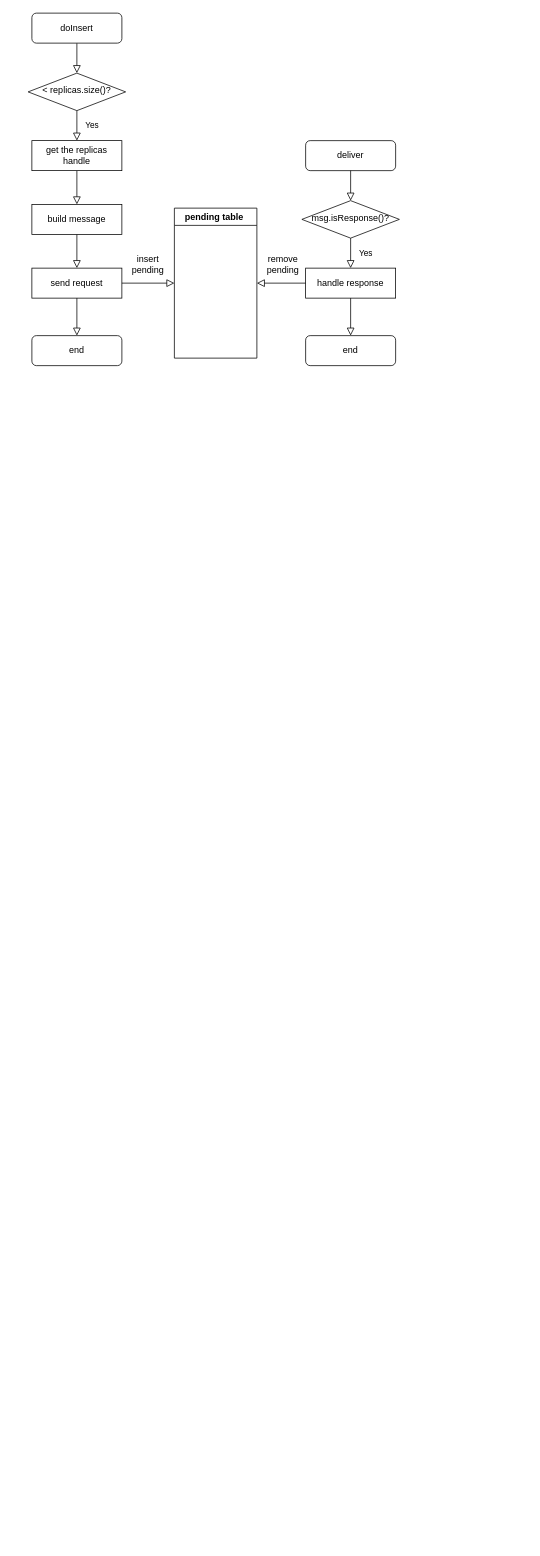
Earlier version of the draw.io diagram PastImpl.drawio (OneOverThree/PastryTest). Source tidied: cells renumbered, new cells numbered last; positions are measured from the earlier drawing's top-left corner, leaving out a move shared by most shapes. Both pictures are drawn from the tidied source at 75%, with x=0, y=0 at pixel (28, 13).
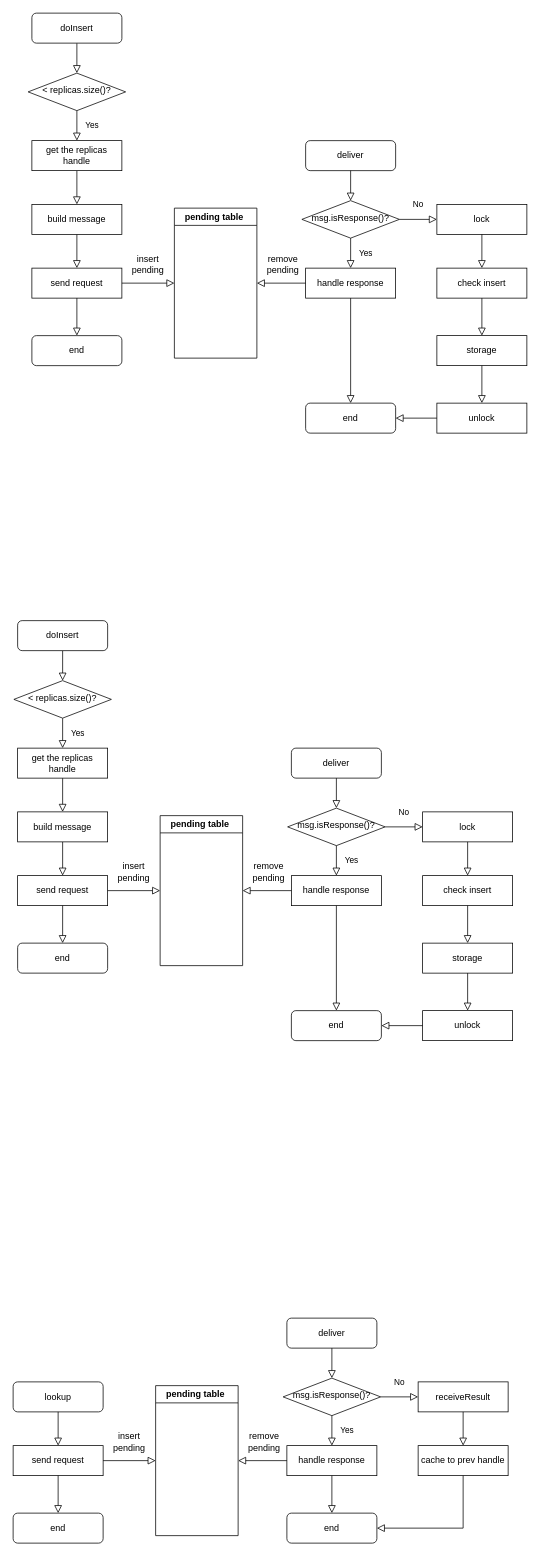
The same page after the edit.

Unchanged cells that the change refers to:
```xml
<mxCell id="19" value="msg.isResponse()?" style="rhombus;whiteSpace=wrap;html=1;shadow=0;fontFamily=Helvetica;fontSize=12;align=center;strokeWidth=1;spacing=6;spacingTop=-4;" parent="1" vertex="1">
  <mxGeometry x="365" y="250" width="130" height="50" as="geometry" />
</mxCell>
```

Diff of the diagram source:
```diff
@@
     <mxCell id="23" value="end" style="rounded=1;whiteSpace=wrap;html=1;fontSize=12;glass=0;strokeWidth=1;shadow=0;" parent="1" vertex="1">
-      <mxGeometry x="370" y="430" width="120" height="40" as="geometry" />
+      <mxGeometry x="370" y="520" width="120" height="40" as="geometry" />
     </mxCell>
@@
+    <mxCell id="25" value="check insert" style="rounded=0;whiteSpace=wrap;html=1;" parent="1" vertex="1">
+      <mxGeometry x="545" y="340" width="120" height="40" as="geometry" />
+    </mxCell>
+    <mxCell id="26" value="lock" style="rounded=0;whiteSpace=wrap;html=1;" parent="1" vertex="1">
+      <mxGeometry x="545" y="255" width="120" height="40" as="geometry" />
+    </mxCell>
+    <mxCell id="27" value="No" style="rounded=0;html=1;jettySize=auto;fontSize=11;endArrow=block;endFill=0;endSize=8;strokeWidth=1;shadow=0;labelBackgroundColor=none;edgeStyle=orthogonalEdgeStyle;exitX=1;exitY=0.5;exitDx=0;exitDy=0;" parent="1" edge="1" source="19" target="26">
+      <mxGeometry y="20" relative="1" as="geometry" />
+    </mxCell>
+    <mxCell id="28" value="storage" style="rounded=0;whiteSpace=wrap;html=1;" parent="1" vertex="1">
+      <mxGeometry x="545" y="430" width="120" height="40" as="geometry" />
+    </mxCell>
+    <mxCell id="29" style="rounded=0;html=1;jettySize=auto;fontSize=11;endArrow=block;endFill=0;endSize=8;strokeWidth=1;shadow=0;labelBackgroundColor=none;edgeStyle=orthogonalEdgeStyle;exitX=0.5;exitY=1;exitDx=0;exitDy=0;entryX=0.5;entryY=0;entryDx=0;entryDy=0;" parent="1" edge="1" source="26" target="25">
+      <mxGeometry y="20" relative="1" as="geometry" />
+    </mxCell>
+    <mxCell id="30" style="rounded=0;html=1;jettySize=auto;fontSize=11;endArrow=block;endFill=0;endSize=8;strokeWidth=1;shadow=0;labelBackgroundColor=none;edgeStyle=orthogonalEdgeStyle;exitX=0.5;exitY=1;exitDx=0;exitDy=0;" parent="1" edge="1" source="25" target="28">
+      <mxGeometry y="20" relative="1" as="geometry" />
+    </mxCell>
+    <mxCell id="31" style="rounded=0;html=1;jettySize=auto;fontSize=11;endArrow=block;endFill=0;endSize=8;strokeWidth=1;shadow=0;labelBackgroundColor=none;edgeStyle=orthogonalEdgeStyle;exitX=0.5;exitY=1;exitDx=0;exitDy=0;entryX=0.5;entryY=0;entryDx=0;entryDy=0;" parent="1" edge="1" source="28" target="32">
+      <mxGeometry y="20" relative="1" as="geometry" />
+    </mxCell>
+    <mxCell id="32" value="unlock" style="rounded=0;whiteSpace=wrap;html=1;" parent="1" vertex="1">
+      <mxGeometry x="545" y="520" width="120" height="40" as="geometry" />
+    </mxCell>
+    <mxCell id="33" style="rounded=0;html=1;jettySize=auto;fontSize=11;endArrow=block;endFill=0;endSize=8;strokeWidth=1;shadow=0;labelBackgroundColor=none;edgeStyle=orthogonalEdgeStyle;exitX=0;exitY=0.5;exitDx=0;exitDy=0;" parent="1" edge="1" source="32" target="23">
+      <mxGeometry y="20" relative="1" as="geometry" />
+    </mxCell>
+    <mxCell id="34" style="rounded=0;html=1;jettySize=auto;fontSize=11;endArrow=block;endFill=0;endSize=8;strokeWidth=1;shadow=0;labelBackgroundColor=none;edgeStyle=orthogonalEdgeStyle;" parent="1" edge="1" source="35" target="37">
+      <mxGeometry relative="1" as="geometry" />
+    </mxCell>
+    <mxCell id="35" value="doInsert" style="rounded=1;whiteSpace=wrap;html=1;fontSize=12;glass=0;strokeWidth=1;shadow=0;" parent="1" vertex="1">
+      <mxGeometry x="-14" y="810" width="120" height="40" as="geometry" />
+    </mxCell>
+    <mxCell id="36" value="Yes" style="rounded=0;html=1;jettySize=auto;fontSize=11;endArrow=block;endFill=0;endSize=8;strokeWidth=1;shadow=0;labelBackgroundColor=none;edgeStyle=orthogonalEdgeStyle;" parent="1" edge="1" source="37" target="41">
+      <mxGeometry y="20" relative="1" as="geometry" />
+    </mxCell>
+    <mxCell id="37" value="&amp;lt; replicas.size()?" style="rhombus;whiteSpace=wrap;html=1;shadow=0;fontFamily=Helvetica;fontSize=12;align=center;strokeWidth=1;spacing=6;spacingTop=-4;" parent="1" vertex="1">
+      <mxGeometry x="-19" y="890" width="130" height="50" as="geometry" />
+    </mxCell>
+    <mxCell id="38" style="rounded=0;html=1;jettySize=auto;fontSize=11;endArrow=block;endFill=0;endSize=8;strokeWidth=1;shadow=0;labelBackgroundColor=none;edgeStyle=orthogonalEdgeStyle;" parent="1" edge="1" source="41" target="42">
+      <mxGeometry y="20" relative="1" as="geometry" />
+    </mxCell>
+    <mxCell id="39" style="rounded=0;html=1;jettySize=auto;fontSize=11;endArrow=block;endFill=0;endSize=8;strokeWidth=1;shadow=0;labelBackgroundColor=none;edgeStyle=orthogonalEdgeStyle;" parent="1" edge="1" source="42" target="43">
+      <mxGeometry y="20" relative="1" as="geometry" />
+    </mxCell>
+    <mxCell id="40" value="end" style="rounded=1;whiteSpace=wrap;html=1;fontSize=12;glass=0;strokeWidth=1;shadow=0;" parent="1" vertex="1">
+      <mxGeometry x="-14" y="1240" width="120" height="40" as="geometry" />
+    </mxCell>
+    <mxCell id="41" value="get the replicas handle" style="rounded=0;whiteSpace=wrap;html=1;" parent="1" vertex="1">
+      <mxGeometry x="-14" y="980" width="120" height="40" as="geometry" />
+    </mxCell>
+    <mxCell id="42" value="build message" style="rounded=0;whiteSpace=wrap;html=1;" parent="1" vertex="1">
+      <mxGeometry x="-14" y="1065" width="120" height="40" as="geometry" />
+    </mxCell>
+    <mxCell id="43" value="send request" style="rounded=0;whiteSpace=wrap;html=1;" parent="1" vertex="1">
+      <mxGeometry x="-14" y="1150" width="120" height="40" as="geometry" />
+    </mxCell>
+    <mxCell id="44" style="rounded=0;html=1;jettySize=auto;fontSize=11;endArrow=block;endFill=0;endSize=8;strokeWidth=1;shadow=0;labelBackgroundColor=none;edgeStyle=orthogonalEdgeStyle;" parent="1" edge="1" source="43" target="40">
+      <mxGeometry y="20" relative="1" as="geometry" />
+    </mxCell>
+    <mxCell id="45" value="pending table&amp;nbsp;" style="swimlane;whiteSpace=wrap;html=1;" parent="1" vertex="1">
+      <mxGeometry x="176" y="1070" width="110" height="200" as="geometry" />
+    </mxCell>
+    <mxCell id="46" style="rounded=0;html=1;jettySize=auto;fontSize=11;endArrow=block;endFill=0;endSize=8;strokeWidth=1;shadow=0;labelBackgroundColor=none;edgeStyle=orthogonalEdgeStyle;exitX=1;exitY=0.5;exitDx=0;exitDy=0;" parent="1" edge="1" source="43" target="45">
+      <mxGeometry y="20" relative="1" as="geometry" />
+    </mxCell>
+    <mxCell id="47" value="insert pending" style="text;html=1;strokeColor=none;fillColor=none;align=center;verticalAlign=middle;whiteSpace=wrap;rounded=0;" parent="1" vertex="1">
+      <mxGeometry x="111" y="1130" width="60" height="30" as="geometry" />
+    </mxCell>
+    <mxCell id="48" value="handle response" style="rounded=0;whiteSpace=wrap;html=1;" parent="1" vertex="1">
+      <mxGeometry x="351" y="1150" width="120" height="40" as="geometry" />
+    </mxCell>
+    <mxCell id="49" style="rounded=0;html=1;jettySize=auto;fontSize=11;endArrow=block;endFill=0;endSize=8;strokeWidth=1;shadow=0;labelBackgroundColor=none;edgeStyle=orthogonalEdgeStyle;entryX=1;entryY=0.5;entryDx=0;entryDy=0;" parent="1" edge="1" source="48" target="45">
+      <mxGeometry y="20" relative="1" as="geometry" />
+    </mxCell>
+    <mxCell id="50" value="remove pending" style="text;html=1;strokeColor=none;fillColor=none;align=center;verticalAlign=middle;whiteSpace=wrap;rounded=0;" parent="1" vertex="1">
+      <mxGeometry x="291" y="1130" width="60" height="30" as="geometry" />
+    </mxCell>
+    <mxCell id="51" value="msg.isResponse()?" style="rhombus;whiteSpace=wrap;html=1;shadow=0;fontFamily=Helvetica;fontSize=12;align=center;strokeWidth=1;spacing=6;spacingTop=-4;" parent="1" vertex="1">
+      <mxGeometry x="346" y="1060" width="130" height="50" as="geometry" />
+    </mxCell>
+    <mxCell id="52" value="Yes" style="rounded=0;html=1;jettySize=auto;fontSize=11;endArrow=block;endFill=0;endSize=8;strokeWidth=1;shadow=0;labelBackgroundColor=none;edgeStyle=orthogonalEdgeStyle;exitX=0.5;exitY=1;exitDx=0;exitDy=0;" parent="1" edge="1" source="51" target="48">
+      <mxGeometry y="20" relative="1" as="geometry" />
+    </mxCell>
+    <mxCell id="53" value="deliver" style="rounded=1;whiteSpace=wrap;html=1;fontSize=12;glass=0;strokeWidth=1;shadow=0;" parent="1" vertex="1">
+      <mxGeometry x="351" y="980" width="120" height="40" as="geometry" />
+    </mxCell>
+    <mxCell id="54" style="rounded=0;html=1;jettySize=auto;fontSize=11;endArrow=block;endFill=0;endSize=8;strokeWidth=1;shadow=0;labelBackgroundColor=none;edgeStyle=orthogonalEdgeStyle;exitX=0.5;exitY=1;exitDx=0;exitDy=0;entryX=0.5;entryY=0;entryDx=0;entryDy=0;" parent="1" edge="1" source="53" target="51">
+      <mxGeometry relative="1" as="geometry" />
+    </mxCell>
+    <mxCell id="55" value="end" style="rounded=1;whiteSpace=wrap;html=1;fontSize=12;glass=0;strokeWidth=1;shadow=0;" parent="1" vertex="1">
+      <mxGeometry x="351" y="1330" width="120" height="40" as="geometry" />
+    </mxCell>
+    <mxCell id="56" style="rounded=0;html=1;jettySize=auto;fontSize=11;endArrow=block;endFill=0;endSize=8;strokeWidth=1;shadow=0;labelBackgroundColor=none;edgeStyle=orthogonalEdgeStyle;exitX=0.5;exitY=1;exitDx=0;exitDy=0;" parent="1" edge="1" source="48" target="55">
+      <mxGeometry y="20" relative="1" as="geometry" />
+    </mxCell>
+    <mxCell id="57" value="check insert" style="rounded=0;whiteSpace=wrap;html=1;" parent="1" vertex="1">
+      <mxGeometry x="526" y="1150" width="120" height="40" as="geometry" />
+    </mxCell>
+    <mxCell id="58" value="lock" style="rounded=0;whiteSpace=wrap;html=1;" parent="1" vertex="1">
+      <mxGeometry x="526" y="1065" width="120" height="40" as="geometry" />
+    </mxCell>
+    <mxCell id="59" value="No" style="rounded=0;html=1;jettySize=auto;fontSize=11;endArrow=block;endFill=0;endSize=8;strokeWidth=1;shadow=0;labelBackgroundColor=none;edgeStyle=orthogonalEdgeStyle;exitX=1;exitY=0.5;exitDx=0;exitDy=0;" parent="1" edge="1" source="51" target="58">
+      <mxGeometry y="20" relative="1" as="geometry" />
+    </mxCell>
+    <mxCell id="60" value="storage" style="rounded=0;whiteSpace=wrap;html=1;" parent="1" vertex="1">
+      <mxGeometry x="526" y="1240" width="120" height="40" as="geometry" />
+    </mxCell>
+    <mxCell id="61" style="rounded=0;html=1;jettySize=auto;fontSize=11;endArrow=block;endFill=0;endSize=8;strokeWidth=1;shadow=0;labelBackgroundColor=none;edgeStyle=orthogonalEdgeStyle;exitX=0.5;exitY=1;exitDx=0;exitDy=0;entryX=0.5;entryY=0;entryDx=0;entryDy=0;" parent="1" edge="1" source="58" target="57">
+      <mxGeometry y="20" relative="1" as="geometry" />
+    </mxCell>
+    <mxCell id="62" style="rounded=0;html=1;jettySize=auto;fontSize=11;endArrow=block;endFill=0;endSize=8;strokeWidth=1;shadow=0;labelBackgroundColor=none;edgeStyle=orthogonalEdgeStyle;exitX=0.5;exitY=1;exitDx=0;exitDy=0;" parent="1" edge="1" source="57" target="60">
+      <mxGeometry y="20" relative="1" as="geometry" />
+    </mxCell>
+    <mxCell id="63" style="rounded=0;html=1;jettySize=auto;fontSize=11;endArrow=block;endFill=0;endSize=8;strokeWidth=1;shadow=0;labelBackgroundColor=none;edgeStyle=orthogonalEdgeStyle;exitX=0.5;exitY=1;exitDx=0;exitDy=0;entryX=0.5;entryY=0;entryDx=0;entryDy=0;" parent="1" edge="1" source="60" target="64">
+      <mxGeometry y="20" relative="1" as="geometry" />
+    </mxCell>
+    <mxCell id="64" value="unlock" style="rounded=0;whiteSpace=wrap;html=1;" parent="1" vertex="1">
+      <mxGeometry x="526" y="1330" width="120" height="40" as="geometry" />
+    </mxCell>
+    <mxCell id="65" style="rounded=0;html=1;jettySize=auto;fontSize=11;endArrow=block;endFill=0;endSize=8;strokeWidth=1;shadow=0;labelBackgroundColor=none;edgeStyle=orthogonalEdgeStyle;exitX=0;exitY=0.5;exitDx=0;exitDy=0;" parent="1" edge="1" source="64" target="55">
+      <mxGeometry y="20" relative="1" as="geometry" />
+    </mxCell>
+    <mxCell id="66" value="lookup" style="rounded=1;whiteSpace=wrap;html=1;fontSize=12;glass=0;strokeWidth=1;shadow=0;" parent="1" vertex="1">
+      <mxGeometry x="-20" y="1825" width="120" height="40" as="geometry" />
+    </mxCell>
+    <mxCell id="67" style="rounded=0;html=1;jettySize=auto;fontSize=11;endArrow=block;endFill=0;endSize=8;strokeWidth=1;shadow=0;labelBackgroundColor=none;edgeStyle=orthogonalEdgeStyle;exitX=0.5;exitY=1;exitDx=0;exitDy=0;" parent="1" edge="1" source="66" target="69">
+      <mxGeometry y="20" relative="1" as="geometry" />
+    </mxCell>
+    <mxCell id="68" value="end" style="rounded=1;whiteSpace=wrap;html=1;fontSize=12;glass=0;strokeWidth=1;shadow=0;" parent="1" vertex="1">
+      <mxGeometry x="-20" y="2000" width="120" height="40" as="geometry" />
+    </mxCell>
+    <mxCell id="69" value="send request" style="rounded=0;whiteSpace=wrap;html=1;" parent="1" vertex="1">
+      <mxGeometry x="-20" y="1910" width="120" height="40" as="geometry" />
+    </mxCell>
+    <mxCell id="70" style="rounded=0;html=1;jettySize=auto;fontSize=11;endArrow=block;endFill=0;endSize=8;strokeWidth=1;shadow=0;labelBackgroundColor=none;edgeStyle=orthogonalEdgeStyle;" parent="1" edge="1" source="69" target="68">
+      <mxGeometry y="20" relative="1" as="geometry" />
+    </mxCell>
+    <mxCell id="71" value="pending table&amp;nbsp;" style="swimlane;whiteSpace=wrap;html=1;" parent="1" vertex="1">
+      <mxGeometry x="170" y="1830" width="110" height="200" as="geometry" />
+    </mxCell>
+    <mxCell id="72" style="rounded=0;html=1;jettySize=auto;fontSize=11;endArrow=block;endFill=0;endSize=8;strokeWidth=1;shadow=0;labelBackgroundColor=none;edgeStyle=orthogonalEdgeStyle;exitX=1;exitY=0.5;exitDx=0;exitDy=0;" parent="1" edge="1" source="69" target="71">
+      <mxGeometry y="20" relative="1" as="geometry" />
+    </mxCell>
+    <mxCell id="73" value="insert pending" style="text;html=1;strokeColor=none;fillColor=none;align=center;verticalAlign=middle;whiteSpace=wrap;rounded=0;" parent="1" vertex="1">
+      <mxGeometry x="105" y="1890" width="60" height="30" as="geometry" />
+    </mxCell>
+    <mxCell id="74" value="handle response" style="rounded=0;whiteSpace=wrap;html=1;" parent="1" vertex="1">
+      <mxGeometry x="345" y="1910" width="120" height="40" as="geometry" />
+    </mxCell>
+    <mxCell id="75" style="rounded=0;html=1;jettySize=auto;fontSize=11;endArrow=block;endFill=0;endSize=8;strokeWidth=1;shadow=0;labelBackgroundColor=none;edgeStyle=orthogonalEdgeStyle;entryX=1;entryY=0.5;entryDx=0;entryDy=0;" parent="1" edge="1" source="74" target="71">
+      <mxGeometry y="20" relative="1" as="geometry" />
+    </mxCell>
+    <mxCell id="76" value="remove pending" style="text;html=1;strokeColor=none;fillColor=none;align=center;verticalAlign=middle;whiteSpace=wrap;rounded=0;" parent="1" vertex="1">
+      <mxGeometry x="285" y="1890" width="60" height="30" as="geometry" />
+    </mxCell>
+    <mxCell id="77" value="msg.isResponse()?" style="rhombus;whiteSpace=wrap;html=1;shadow=0;fontFamily=Helvetica;fontSize=12;align=center;strokeWidth=1;spacing=6;spacingTop=-4;" parent="1" vertex="1">
+      <mxGeometry x="340" y="1820" width="130" height="50" as="geometry" />
+    </mxCell>
+    <mxCell id="78" value="Yes" style="rounded=0;html=1;jettySize=auto;fontSize=11;endArrow=block;endFill=0;endSize=8;strokeWidth=1;shadow=0;labelBackgroundColor=none;edgeStyle=orthogonalEdgeStyle;exitX=0.5;exitY=1;exitDx=0;exitDy=0;" parent="1" edge="1" source="77" target="74">
+      <mxGeometry y="20" relative="1" as="geometry" />
+    </mxCell>
+    <mxCell id="79" value="deliver" style="rounded=1;whiteSpace=wrap;html=1;fontSize=12;glass=0;strokeWidth=1;shadow=0;" parent="1" vertex="1">
+      <mxGeometry x="345" y="1740" width="120" height="40" as="geometry" />
+    </mxCell>
+    <mxCell id="80" style="rounded=0;html=1;jettySize=auto;fontSize=11;endArrow=block;endFill=0;endSize=8;strokeWidth=1;shadow=0;labelBackgroundColor=none;edgeStyle=orthogonalEdgeStyle;exitX=0.5;exitY=1;exitDx=0;exitDy=0;entryX=0.5;entryY=0;entryDx=0;entryDy=0;" parent="1" edge="1" source="79" target="77">
+      <mxGeometry relative="1" as="geometry" />
+    </mxCell>
+    <mxCell id="81" value="end" style="rounded=1;whiteSpace=wrap;html=1;fontSize=12;glass=0;strokeWidth=1;shadow=0;" parent="1" vertex="1">
+      <mxGeometry x="345" y="2000" width="120" height="40" as="geometry" />
+    </mxCell>
+    <mxCell id="82" style="rounded=0;html=1;jettySize=auto;fontSize=11;endArrow=block;endFill=0;endSize=8;strokeWidth=1;shadow=0;labelBackgroundColor=none;edgeStyle=orthogonalEdgeStyle;exitX=0.5;exitY=1;exitDx=0;exitDy=0;" parent="1" edge="1" source="74" target="81">
+      <mxGeometry y="20" relative="1" as="geometry">
+        <Array as="points">
+          <mxPoint x="405" y="2010" />
+          <mxPoint x="405" y="2010" />
+        </Array>
+      </mxGeometry>
+    </mxCell>
+    <mxCell id="83" value="receiveResult" style="rounded=0;whiteSpace=wrap;html=1;" parent="1" vertex="1">
+      <mxGeometry x="520" y="1825" width="120" height="40" as="geometry" />
+    </mxCell>
+    <mxCell id="84" value="No" style="rounded=0;html=1;jettySize=auto;fontSize=11;endArrow=block;endFill=0;endSize=8;strokeWidth=1;shadow=0;labelBackgroundColor=none;edgeStyle=orthogonalEdgeStyle;exitX=1;exitY=0.5;exitDx=0;exitDy=0;" parent="1" edge="1" source="77" target="83">
+      <mxGeometry y="20" relative="1" as="geometry" />
+    </mxCell>
+    <mxCell id="85" style="rounded=0;html=1;jettySize=auto;fontSize=11;endArrow=block;endFill=0;endSize=8;strokeWidth=1;shadow=0;labelBackgroundColor=none;edgeStyle=orthogonalEdgeStyle;exitX=0.5;exitY=1;exitDx=0;exitDy=0;entryX=0.5;entryY=0;entryDx=0;entryDy=0;" parent="1" edge="1" source="83" target="86">
+      <mxGeometry y="20" relative="1" as="geometry" />
+    </mxCell>
+    <mxCell id="86" value="cache to prev handle" style="rounded=0;whiteSpace=wrap;html=1;" parent="1" vertex="1">
+      <mxGeometry x="520" y="1910" width="120" height="40" as="geometry" />
+    </mxCell>
+    <mxCell id="87" style="rounded=0;html=1;jettySize=auto;fontSize=11;endArrow=block;endFill=0;endSize=8;strokeWidth=1;shadow=0;labelBackgroundColor=none;edgeStyle=orthogonalEdgeStyle;exitX=0.5;exitY=1;exitDx=0;exitDy=0;entryX=1;entryY=0.5;entryDx=0;entryDy=0;" parent="1" edge="1" source="86" target="81">
+      <mxGeometry y="20" relative="1" as="geometry" />
+    </mxCell>
```
